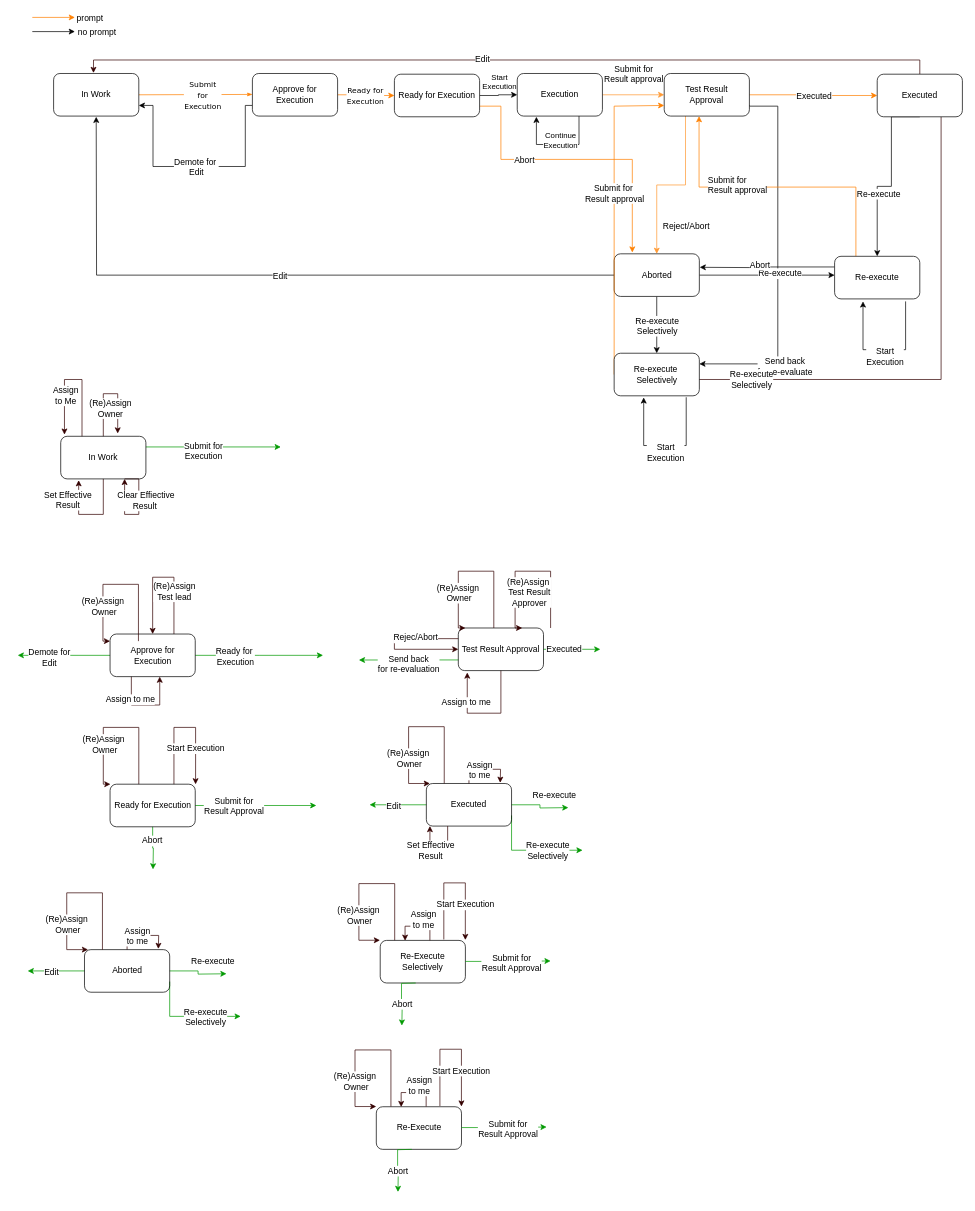
szvatai1985/drawio_files keeps this draw.io diagram as TestProtocolWorkflowDiagram.drawio. Above is the earlier version. Source tidied: cells renumbered, new cells numbered last; positions are measured from the earlier drawing's top-left corner, leaving out a move shared by most shapes. Both pictures are drawn from the tidied source at 71%, with x=0, y=0 at pixel (18, 17).
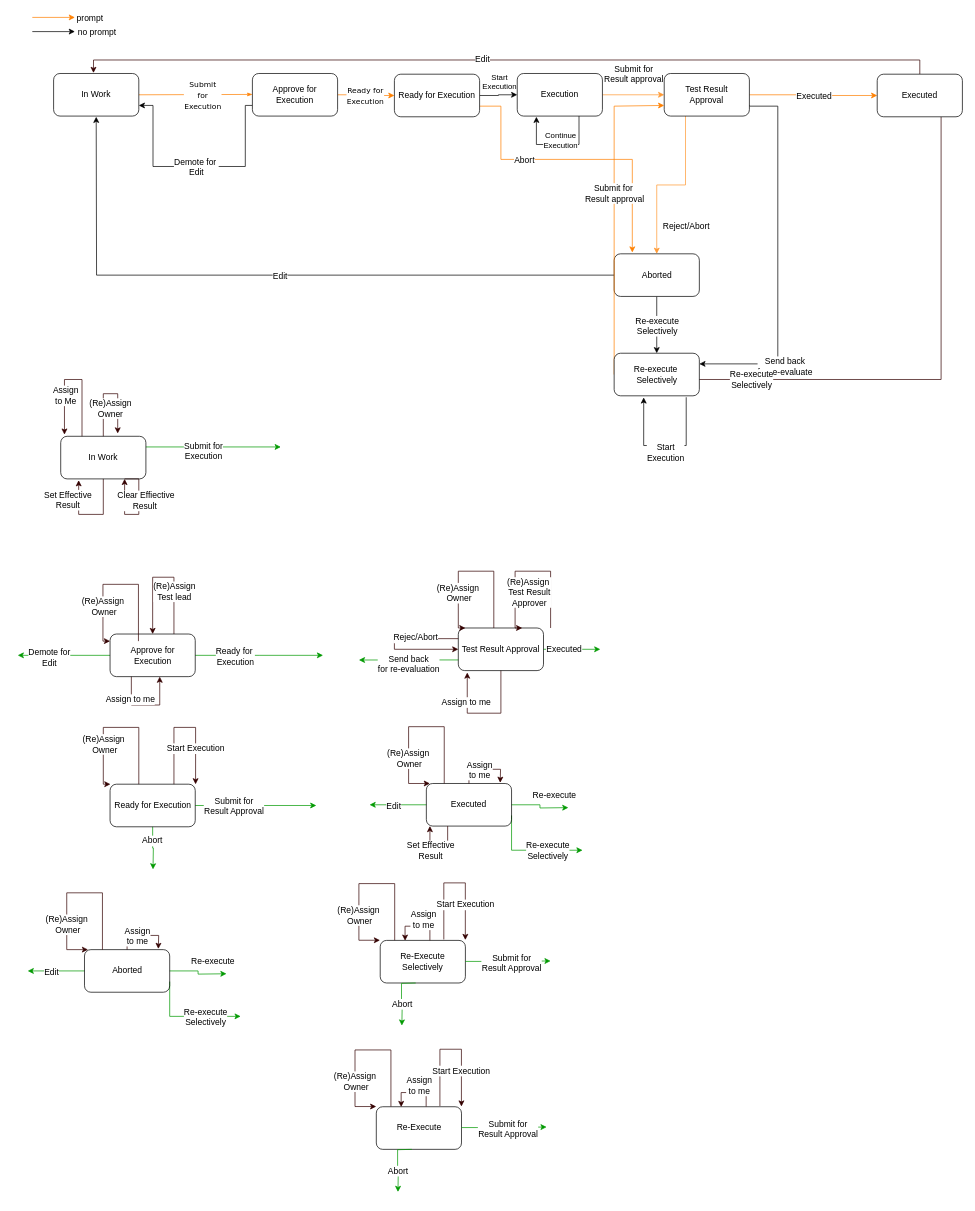
After the change.

Commit message:
"Re-execute" state has been deleted

"Re-execute" state and corresponding commands (submit for result approval, abort, etc) are removed

The change refers to these unchanged cells:
```xml
<mxCell id="24" value="Test Result &lt;br&gt;Approval" style="rounded=1;whiteSpace=wrap;html=1;" parent="1" vertex="1">
  <mxGeometry x="910" y="79" width="120" height="60" as="geometry" />
</mxCell>
<mxCell id="31" value="Executed" style="rounded=1;whiteSpace=wrap;html=1;" parent="1" vertex="1">
  <mxGeometry x="1210" y="80" width="120" height="60" as="geometry" />
</mxCell>
<mxCell id="38" value="&lt;span style=&quot;white-space: nowrap ; background-color: rgb(255 , 255 , 255)&quot;&gt;Aborted&lt;/span&gt;" style="rounded=1;whiteSpace=wrap;html=1;" parent="1" vertex="1">
  <mxGeometry x="839.5" y="333" width="120" height="60" as="geometry" />
</mxCell>
```

Diff of the diagram source:
```diff
@@
-    <mxCell id="25" style="edgeStyle=orthogonalEdgeStyle;rounded=0;jettySize=auto;html=1;exitX=0.5;exitY=1;exitDx=0;exitDy=0;entryX=0.5;entryY=0;entryDx=0;entryDy=0;strokeColor=#000000;" parent="1" edge="1" source="31" target="42">
-      <mxGeometry relative="1" as="geometry">
-        <Array as="points">
-          <mxPoint x="1230" y="140" />
-          <mxPoint x="1230" y="238" />
-          <mxPoint x="1210" y="238" />
-        </Array>
-      </mxGeometry>
-    </mxCell>
-    <mxCell id="26" value="Re-execute" style="text;html=1;align=center;verticalAlign=middle;labelBackgroundColor=#ffffff;" parent="25" vertex="1">
-      <mxGeometry x="0.31" y="1" relative="1" as="geometry" />
-    </mxCell>
@@
-    <mxCell id="36" style="edgeStyle=orthogonalEdgeStyle;rounded=0;jettySize=auto;html=1;strokeColor=#000000;" parent="1" edge="1" source="38" target="42">
-      <mxGeometry relative="1" as="geometry">
-        <Array as="points">
-          <mxPoint x="920" y="373" />
-          <mxPoint x="920" y="373" />
-        </Array>
-      </mxGeometry>
-    </mxCell>
-    <mxCell id="37" value="Re-execute" style="text;html=1;align=center;verticalAlign=middle;labelBackgroundColor=#ffffff;" parent="36" vertex="1">
-      <mxGeometry x="0.19" y="3" relative="1" as="geometry" />
-    </mxCell>
@@
-    <mxCell id="39" style="edgeStyle=orthogonalEdgeStyle;rounded=0;jettySize=auto;html=1;exitX=0;exitY=0.25;exitDx=0;exitDy=0;strokeColor=#000000;" parent="1" edge="1" source="42">
-      <mxGeometry relative="1" as="geometry">
-        <mxPoint x="960" y="352" as="targetPoint" />
-      </mxGeometry>
-    </mxCell>
-    <mxCell id="40" value="Abort" style="text;html=1;align=center;verticalAlign=middle;labelBackgroundColor=#ffffff;" parent="39" vertex="1">
-      <mxGeometry x="0.33" y="-2" relative="1" as="geometry">
-        <mxPoint x="20" y="-2" as="offset" />
-      </mxGeometry>
-    </mxCell>
-    <mxCell id="41" style="edgeStyle=orthogonalEdgeStyle;rounded=0;jettySize=auto;html=1;exitX=0.25;exitY=0;exitDx=0;exitDy=0;strokeColor=#FF8000;entryX=0.409;entryY=1.001;entryDx=0;entryDy=0;entryPerimeter=0;" parent="1" edge="1" source="42" target="24">
-      <mxGeometry relative="1" as="geometry">
-        <Array as="points">
-          <mxPoint x="1180" y="239" />
-          <mxPoint x="960" y="239" />
-          <mxPoint x="960" y="139" />
-        </Array>
-      </mxGeometry>
-    </mxCell>
-    <mxCell id="42" value="&lt;span style=&quot;white-space: nowrap ; background-color: rgb(255 , 255 , 255)&quot;&gt;Re-execute&lt;/span&gt;" style="rounded=1;whiteSpace=wrap;html=1;" parent="1" vertex="1">
-      <mxGeometry x="1150" y="336.5" width="120" height="60" as="geometry" />
-    </mxCell>
@@
-    <mxCell id="50" value="&lt;span style=&quot;text-align: center ; background-color: rgb(255 , 255 , 255)&quot;&gt;Submit for&amp;nbsp;&lt;/span&gt;&lt;br style=&quot;text-align: center&quot;&gt;&lt;span style=&quot;text-align: center ; background-color: rgb(255 , 255 , 255)&quot;&gt;Result approval&lt;/span&gt;" style="text;html=1;align=left;verticalAlign=top;spacingTop=-4;" parent="1" vertex="1">
-      <mxGeometry x="970" y="220" width="100" height="30" as="geometry" />
-    </mxCell>
@@
-    <mxCell id="53" style="edgeStyle=orthogonalEdgeStyle;rounded=0;orthogonalLoop=1;jettySize=auto;html=1;strokeColor=#000000;" parent="1" edge="1">
-      <mxGeometry relative="1" as="geometry">
-        <mxPoint x="1250" y="400" as="sourcePoint" />
-        <mxPoint x="1190" y="400" as="targetPoint" />
-        <Array as="points">
-          <mxPoint x="1250" y="468" />
-          <mxPoint x="1190" y="468" />
-        </Array>
-      </mxGeometry>
-    </mxCell>
-    <mxCell id="54" value="Start&lt;br&gt;Execution" style="text;html=1;align=center;verticalAlign=middle;labelBackgroundColor=#ffffff;" parent="53" vertex="1">
-      <mxGeometry x="0.08" y="-3" relative="1" as="geometry">
-        <mxPoint x="8.5" y="12" as="offset" />
-      </mxGeometry>
-    </mxCell>
```
